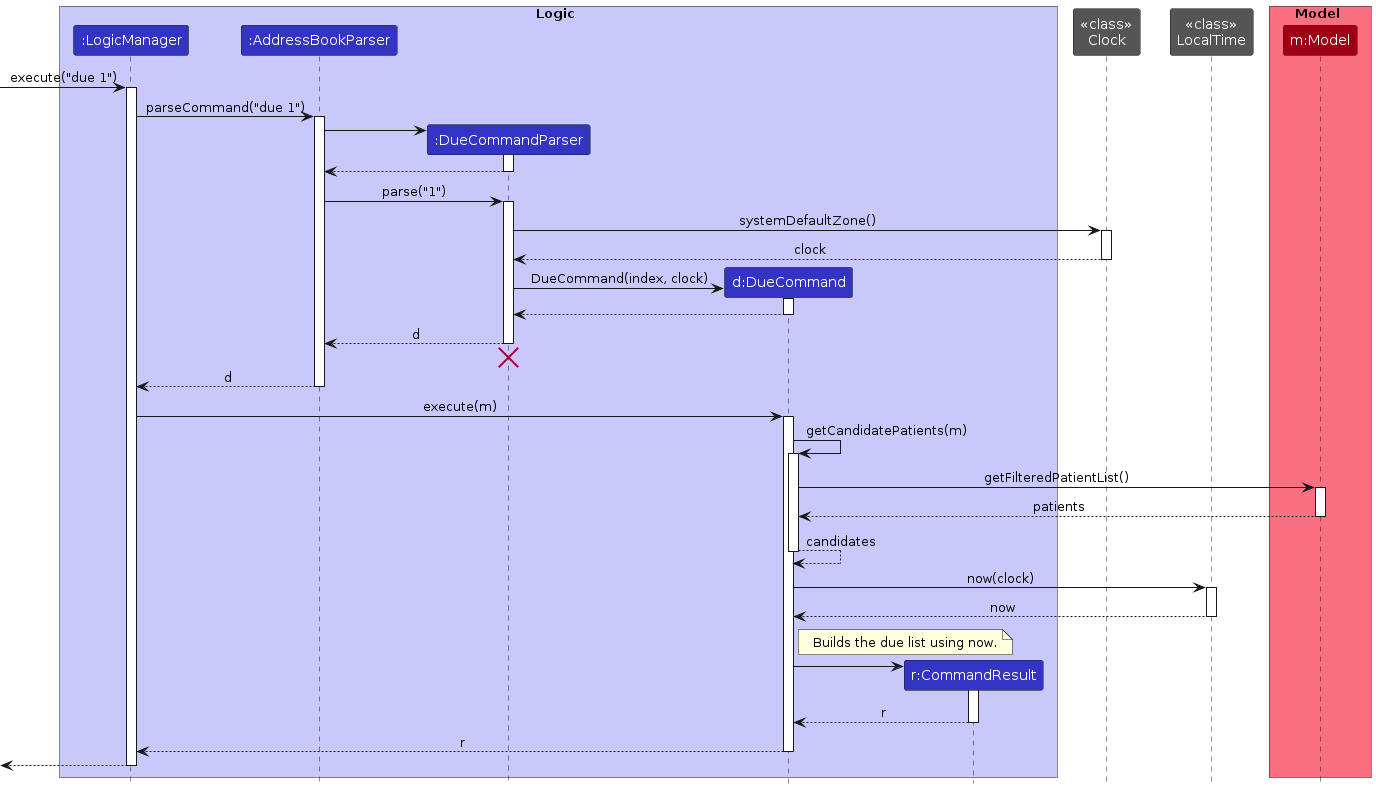
Earlier version of the PlantUML export diagrams/DueSequenceDiagram.png (AY2627S1-CS2103T-W08-1/tp). Its source is kept beside it as diagrams/DueSequenceDiagram.puml.
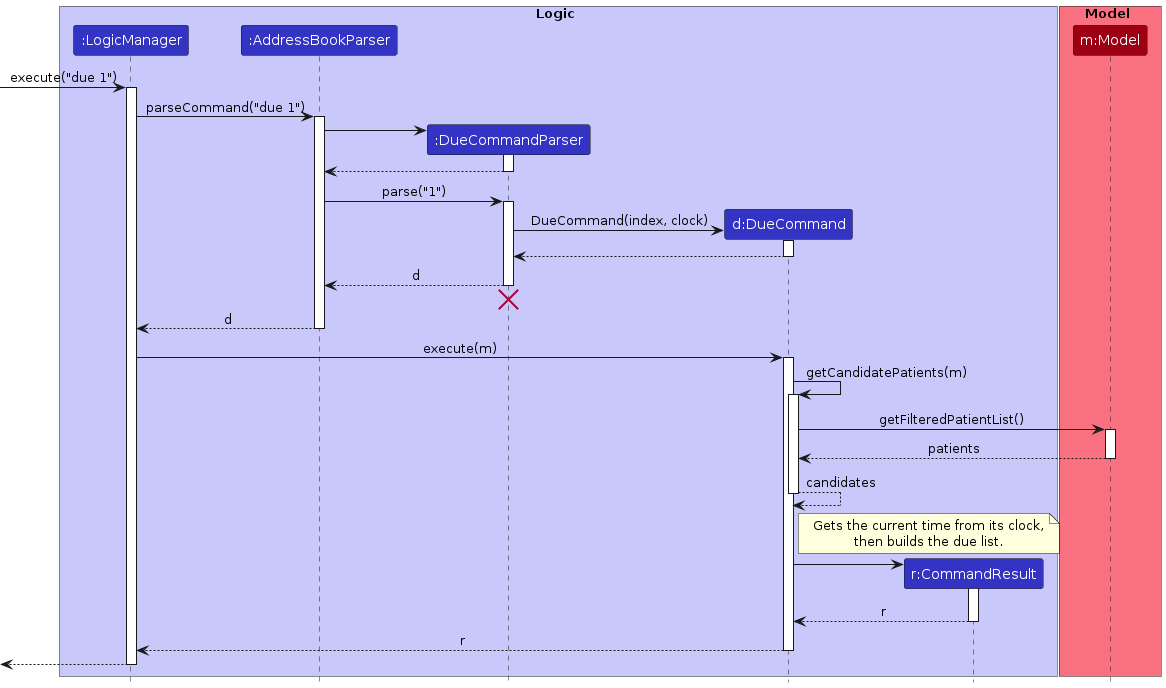
The same diagram one commit later.

Diff of the diagram source:
```diff
@@ -9,9 +9,6 @@
 participant "d:DueCommand" as DueCommand LOGIC_COLOR
 participant "r:CommandResult" as CommandResult LOGIC_COLOR
 end box
-
-participant "<<class>>\nClock" as Clock #555555
-participant "<<class>>\nLocalTime" as LocalTime #555555
 
 box Model MODEL_COLOR_T1
 participant "m:Model" as Model MODEL_COLOR
@@ -32,12 +29,6 @@
 
 AddressBookParser -> DueCommandParser : parse("1")
 activate DueCommandParser
-
-DueCommandParser -> Clock : systemDefaultZone()
-activate Clock
-
-Clock --> DueCommandParser : clock
-deactivate Clock
 
 create DueCommand
 DueCommandParser -> DueCommand : DueCommand(index, clock)
@@ -69,14 +60,9 @@
 DueCommand --> DueCommand : candidates
 deactivate DueCommand
 
-DueCommand -> LocalTime : now(clock)
-activate LocalTime
-
-LocalTime --> DueCommand : now
-deactivate LocalTime
-
 note right of DueCommand
-Builds the due list using now.
+Gets the current time from its clock,
+then builds the due list.
 end note
 
 create CommandResult
```
